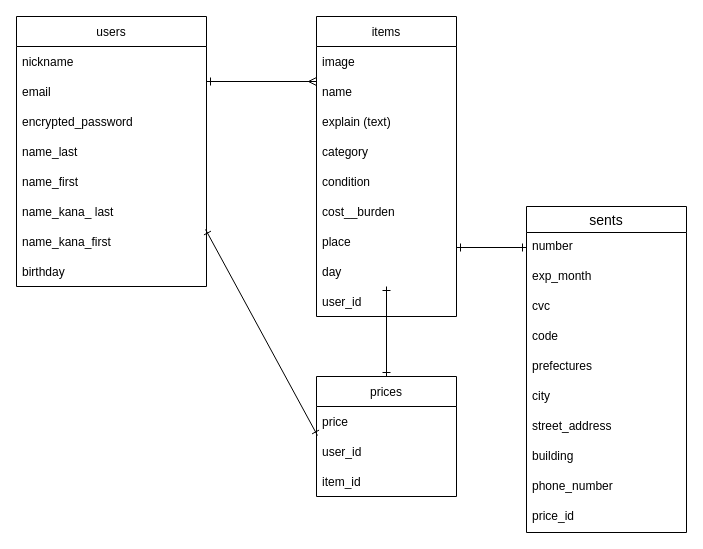
The draw.io diagram .dio in morimonchan/furima-38403, before the edit. Source tidied: cells renumbered, new cells numbered last; positions are measured from the earlier drawing's top-left corner, leaving out a move shared by most shapes. Both pictures are drawn from the tidied source at 100%, with x=0, y=0 at pixel (16, 16).
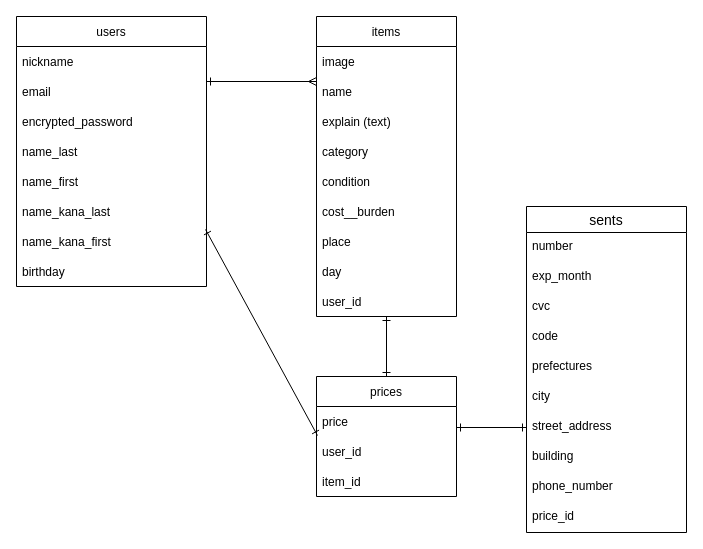
The same diagram, later.

Unchanged cells that the change refers to:
```xml
<mxCell id="12" value="prices" style="swimlane;fontStyle=0;horizontal=1;startSize=30;" parent="1" vertex="1">
  <mxGeometry x="300" y="360" width="140" height="120" as="geometry" />
</mxCell>
<mxCell id="16" value="users" style="swimlane;fontStyle=0;horizontal=1;startSize=30;" parent="1" vertex="1">
  <mxGeometry width="190" height="270" as="geometry" />
</mxCell>
<mxCell id="29" value="number" style="text;strokeColor=none;fillColor=none;spacingLeft=4;spacingRight=4;overflow=hidden;points=[[0,0.5],[1,0.5]];portConstraint=eastwest;fontSize=12;" parent="28" vertex="1">
  <mxGeometry y="26" width="160" height="30" as="geometry" />
</mxCell>
<mxCell id="35" value="street_address" style="text;strokeColor=none;fillColor=none;spacingLeft=4;spacingRight=4;overflow=hidden;points=[[0,0.5],[1,0.5]];portConstraint=eastwest;fontSize=12;" parent="28" vertex="1">
  <mxGeometry y="206" width="160" height="30" as="geometry" />
</mxCell>
```

Diff of the diagram source:
```diff
@@
-    <mxCell id="22" value="name_kana_ last" style="text;strokeColor=none;fillColor=none;align=left;verticalAlign=middle;spacingLeft=4;spacingRight=4;overflow=hidden;" parent="16" vertex="1">
+    <mxCell id="22" value="name_kana_last" style="text;strokeColor=none;fillColor=none;align=left;verticalAlign=middle;spacingLeft=4;spacingRight=4;overflow=hidden;" parent="16" vertex="1">
       <mxGeometry y="180" width="190" height="30" as="geometry" />
     </mxCell>
@@
     <mxCell id="26" style="edgeStyle=none;html=1;startArrow=ERone;startFill=0;endArrow=ERone;endFill=0;" parent="1" edge="1" target="12">
       <mxGeometry relative="1" as="geometry">
-        <mxPoint x="370" y="270" as="sourcePoint" />
+        <mxPoint x="370" y="300" as="sourcePoint" />
       </mxGeometry>
     </mxCell>
@@
-    <mxCell id="39" style="edgeStyle=none;html=1;startArrow=ERone;startFill=0;endArrow=ERone;endFill=0;exitX=0;exitY=0.5;exitDx=0;exitDy=0;" parent="1" edge="1" source="29">
+    <mxCell id="39" style="edgeStyle=none;html=1;startArrow=ERone;startFill=0;endArrow=ERone;endFill=0;exitX=0;exitY=0.5;exitDx=0;exitDy=0;" parent="1" edge="1" source="35">
       <mxGeometry relative="1" as="geometry">
-        <mxPoint x="440" y="231" as="targetPoint" />
+        <mxPoint x="440" y="411" as="targetPoint" />
       </mxGeometry>
     </mxCell>
```
